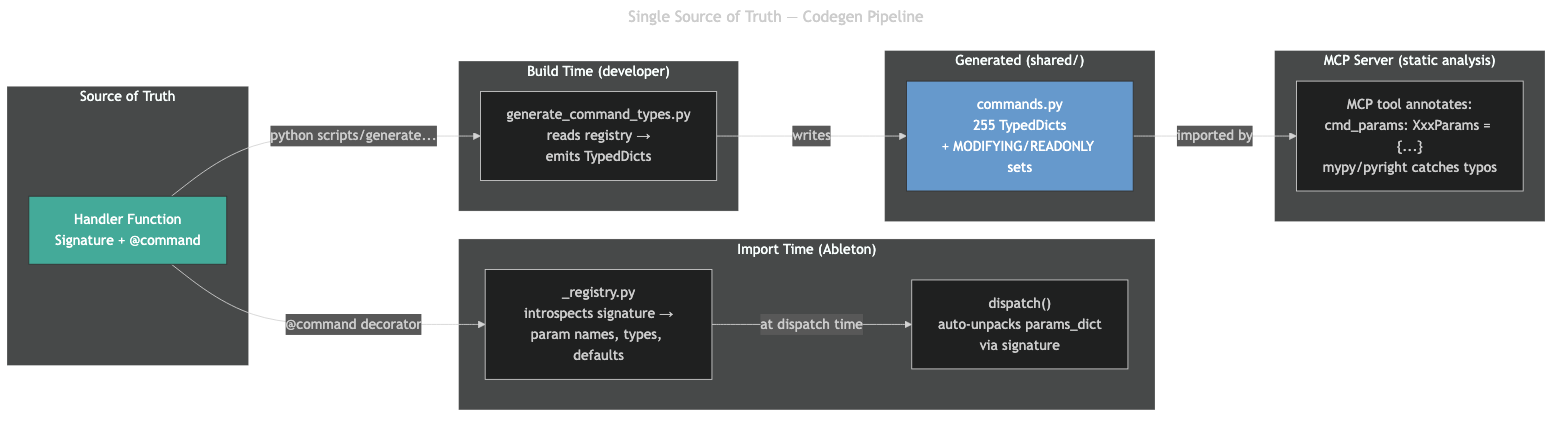
The Mermaid diagram diagrams/4-codegen-pipeline.png in dcetlin/AbletonBridge, before a commit. Its source is kept beside it as diagrams/4-codegen-pipeline.mmd.
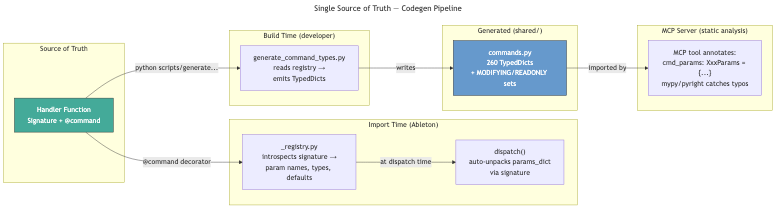
The same file after the commit.

Diff of the diagram source:
```diff
@@ -16,7 +16,7 @@
     end
 
     subgraph "Generated (shared/)"
-        TD["commands.py<br/>255 TypedDicts<br/>+ MODIFYING/READONLY sets"]
+        TD["commands.py<br/>260 TypedDicts<br/>+ MODIFYING/READONLY sets"]
     end
 
     subgraph "MCP Server (static analysis)"
```
